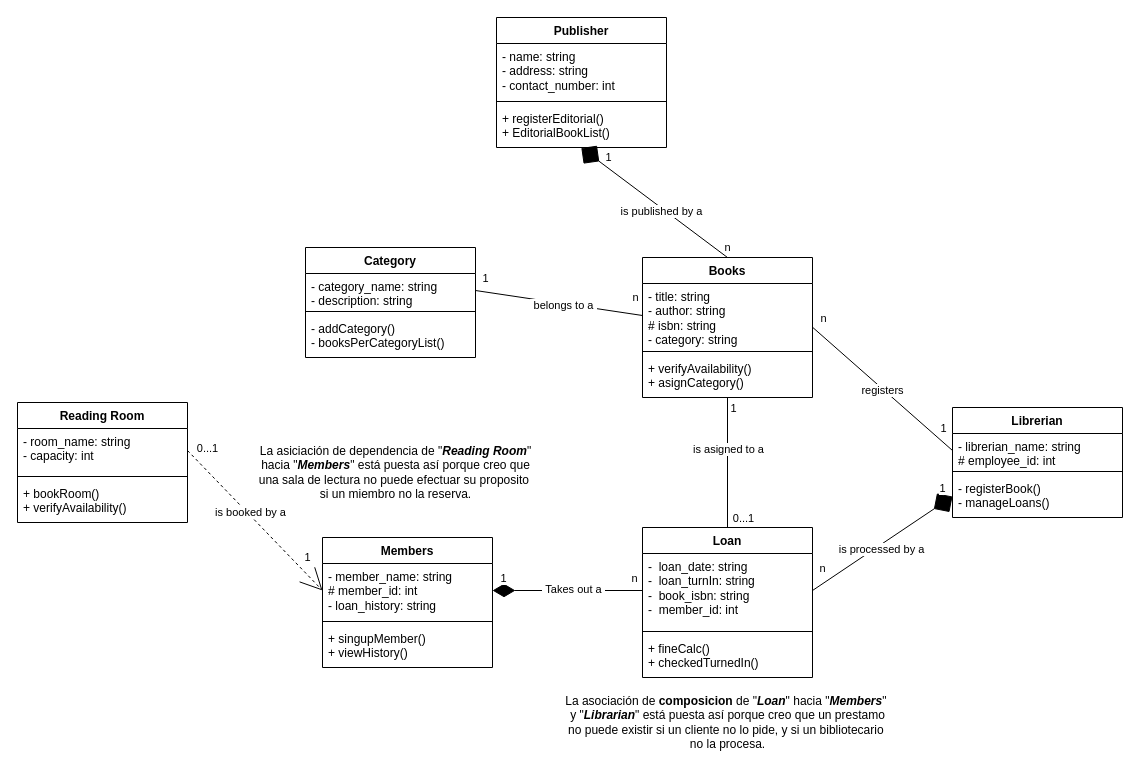
Alex-Doga/etsdam_alejandro keeps this draw.io diagram as ut4/Pruebas draw.io/biblioteca.drawio. Above is the earlier version. Source tidied: cells renumbered, new cells numbered last; positions are measured from the earlier drawing's top-left corner, leaving out a move shared by most shapes. Both pictures are drawn from the tidied source at 100%, with x=0, y=0 at pixel (17, 17).
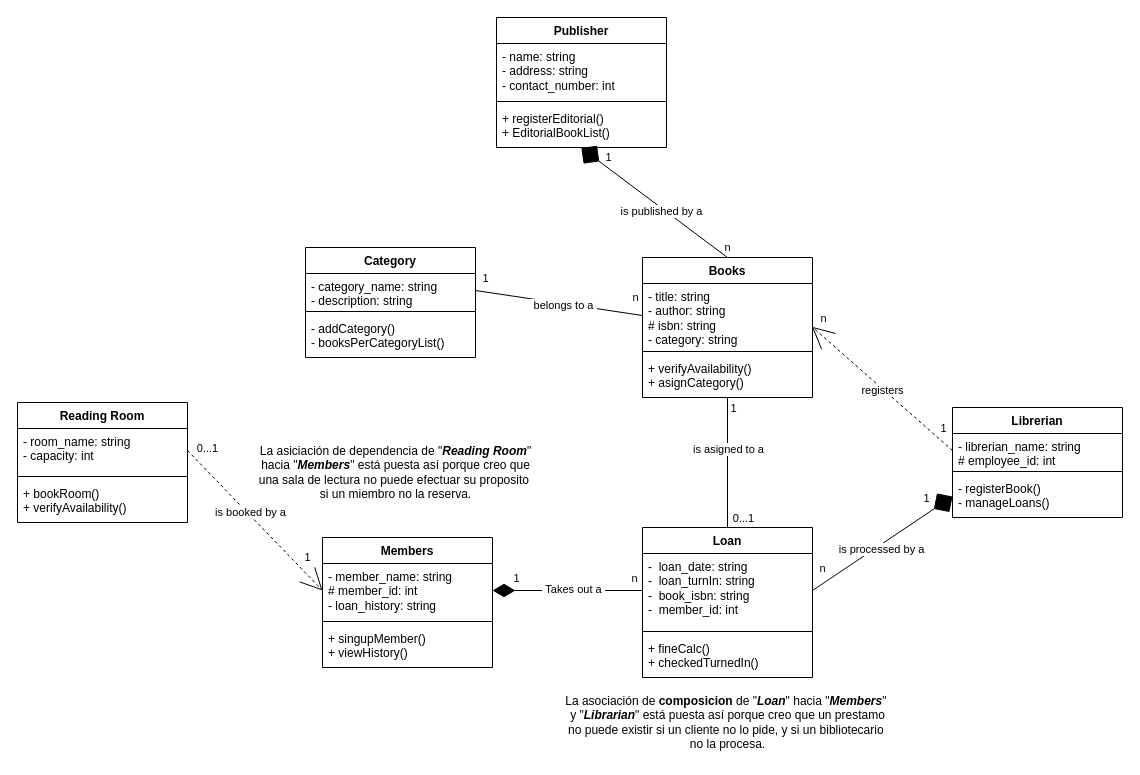
The same diagram, later.

Commit message:
Arreglo de errores en el diagrama

Unchanged cells that the change refers to:
```xml
<mxCell id="3" value="- title: string&lt;div&gt;- author: string&lt;/div&gt;&lt;div&gt;# isbn: string&lt;/div&gt;&lt;div&gt;- category: string&lt;/div&gt;" style="text;strokeColor=none;fillColor=none;align=left;verticalAlign=top;spacingLeft=4;spacingRight=4;overflow=hidden;points=[[0,0.5],[1,0.5]];portConstraint=eastwest;whiteSpace=wrap;html=1;" parent="2" vertex="1">
  <mxGeometry y="26" width="170" height="64" as="geometry" />
</mxCell>
<mxCell id="15" value="- librerian_name: string&lt;div&gt;# employee_id: int&lt;/div&gt;" style="text;strokeColor=none;fillColor=none;align=left;verticalAlign=top;spacingLeft=4;spacingRight=4;overflow=hidden;points=[[0,0.5],[1,0.5]];portConstraint=eastwest;whiteSpace=wrap;html=1;" parent="14" vertex="1">
  <mxGeometry y="26" width="170" height="34" as="geometry" />
</mxCell>
<mxCell id="30" style="edgeStyle=none;html=1;exitX=1;exitY=0.5;exitDx=0;exitDy=0;entryX=0;entryY=0.5;entryDx=0;entryDy=0;endArrow=none;endFill=0;endSize=20;startSize=20;startArrow=diamondThin;startFill=1;targetPerimeterSpacing=0;shadow=0;" parent="1" edge="1" source="7" target="11">
  <mxGeometry relative="1" as="geometry" />
</mxCell>
<mxCell id="38" style="edgeStyle=none;html=1;exitX=1;exitY=0.5;exitDx=0;exitDy=0;entryX=0;entryY=0.5;entryDx=0;entryDy=0;endArrow=diamond;endFill=1;endSize=20;" parent="1" edge="1" source="11" target="17">
  <mxGeometry relative="1" as="geometry" />
</mxCell>
```

Diff of the diagram source:
```diff
@@
     <mxCell id="32" value="1" style="edgeLabel;html=1;align=center;verticalAlign=middle;" parent="30" vertex="1">
       <mxGeometry x="-0.86" y="2" relative="1" as="geometry">
-        <mxPoint x="-1" y="-11" as="offset" />
+        <mxPoint x="12" y="-11" as="offset" />
       </mxGeometry>
     </mxCell>
@@
     <mxCell id="41" value="1" style="edgeLabel;html=1;align=center;verticalAlign=middle;" parent="38" vertex="1">
       <mxGeometry x="0.58" y="-4" relative="1" as="geometry">
-        <mxPoint x="17" y="-32" as="offset" />
+        <mxPoint x="1" y="-22" as="offset" />
       </mxGeometry>
     </mxCell>
@@
-    <mxCell id="43" style="edgeStyle=none;html=1;exitX=0;exitY=0.5;exitDx=0;exitDy=0;entryX=0.997;entryY=0.676;entryDx=0;entryDy=0;entryPerimeter=0;endArrow=none;endFill=0;" parent="1" edge="1" source="15" target="3">
+    <mxCell id="43" style="edgeStyle=none;html=1;exitX=0;exitY=0.5;exitDx=0;exitDy=0;entryX=0.997;entryY=0.676;entryDx=0;entryDy=0;entryPerimeter=0;endArrow=open;endFill=0;dashed=1;startArrow=none;startFill=0;targetPerimeterSpacing=2;endSize=20;" parent="1" edge="1" source="15" target="3">
       <mxGeometry relative="1" as="geometry" />
     </mxCell>
```
